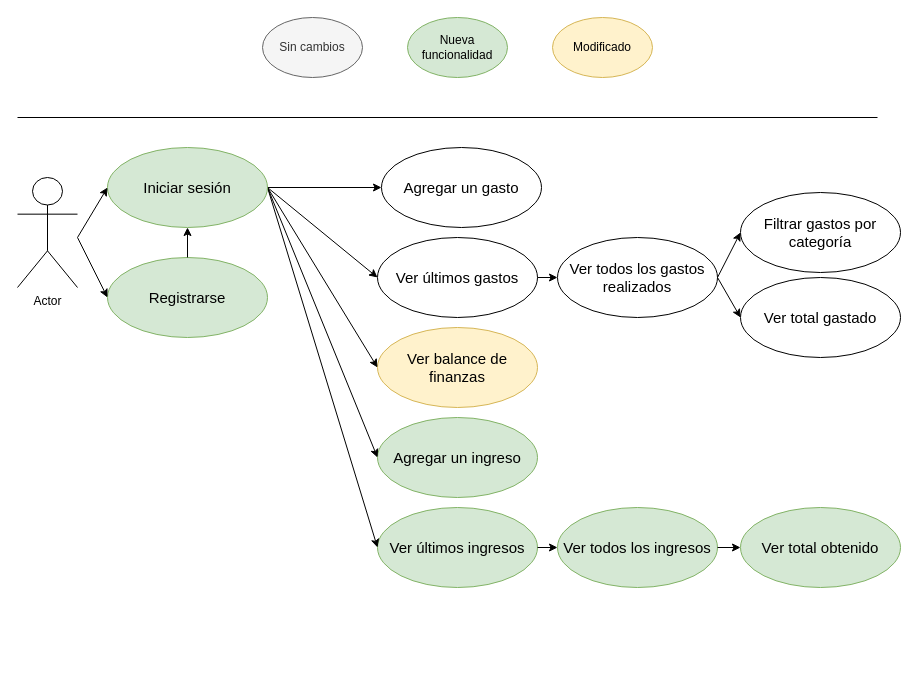
This is images/casosdeuso.drawio from Gastapp/gastapp_doc, a draw.io file, before an edit. Source tidied: cells renumbered, new cells numbered last; positions are measured from the earlier drawing's top-left corner, leaving out a move shared by most shapes. Both pictures are drawn from the tidied source at 100%, with x=0, y=0 at pixel (17, 17).
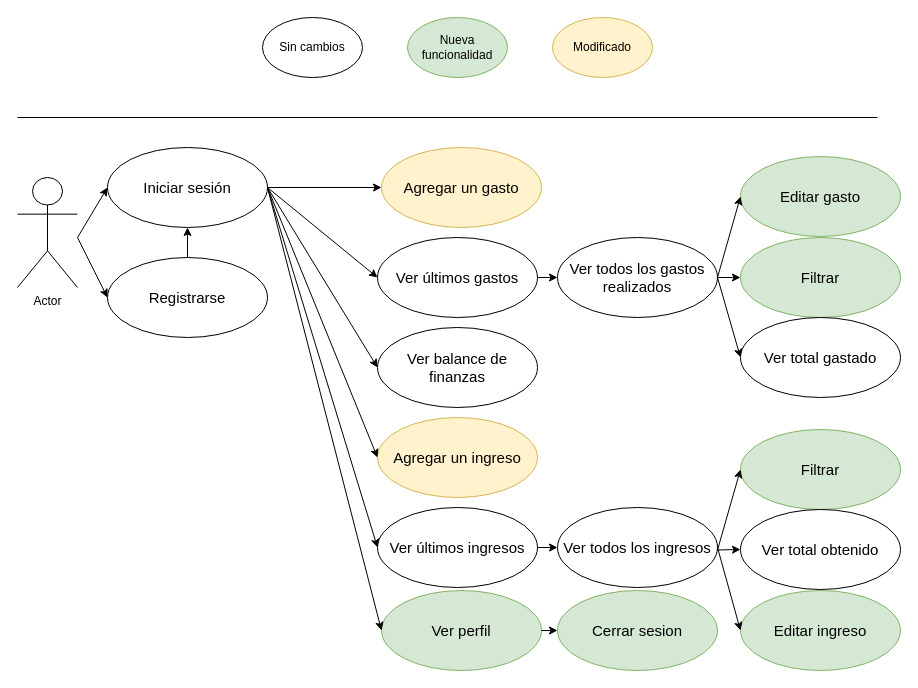
After the change.

Commit message (it also covers changes not shown here):
agrego casos de uso para la tercer entrega

Change to the diagram source:
```diff
@@
-    <mxCell id="3" value="&lt;font style=&quot;font-size: 15px&quot;&gt;Filtrar gastos por categoría&lt;/font&gt;" style="ellipse;whiteSpace=wrap;html=1;" parent="1" vertex="1">
-      <mxGeometry x="723" y="175" width="160" height="80" as="geometry" />
+    <mxCell id="3" value="&lt;font style=&quot;font-size: 15px&quot;&gt;Filtrar&lt;/font&gt;" style="ellipse;whiteSpace=wrap;html=1;fillColor=#d5e8d4;strokeColor=#82b366;" parent="1" vertex="1">
+      <mxGeometry x="723" y="220" width="160" height="80" as="geometry" />
     </mxCell>
@@
     <mxCell id="5" value="&lt;font style=&quot;font-size: 15px&quot;&gt;Ver total gastado&lt;/font&gt;" style="ellipse;whiteSpace=wrap;html=1;" parent="1" vertex="1">
-      <mxGeometry x="723" y="260" width="160" height="80" as="geometry" />
+      <mxGeometry x="723" y="300" width="160" height="80" as="geometry" />
     </mxCell>
-    <mxCell id="6" value="Sin cambios" style="ellipse;whiteSpace=wrap;html=1;fillColor=#f5f5f5;strokeColor=#666666;fontColor=#333333;" parent="1" vertex="1">
+    <mxCell id="6" value="Sin cambios" style="ellipse;whiteSpace=wrap;html=1;" parent="1" vertex="1">
       <mxGeometry x="245" width="100" height="60" as="geometry" />
     </mxCell>
@@
-    <mxCell id="11" value="&lt;font style=&quot;font-size: 15px&quot;&gt;Agregar un gasto&lt;/font&gt;" style="ellipse;whiteSpace=wrap;html=1;" parent="1" vertex="1">
+    <mxCell id="11" value="&lt;font style=&quot;font-size: 15px&quot;&gt;Agregar un gasto&lt;/font&gt;" style="ellipse;whiteSpace=wrap;html=1;fillColor=#fff2cc;strokeColor=#d6b656;" parent="1" vertex="1">
       <mxGeometry x="364" y="130" width="160" height="80" as="geometry" />
     </mxCell>
@@
-    <mxCell id="13" value="&lt;font style=&quot;font-size: 15px&quot;&gt;Agregar un ingreso&lt;/font&gt;" style="ellipse;whiteSpace=wrap;html=1;fillColor=#d5e8d4;strokeColor=#82b366;" parent="1" vertex="1">
+    <mxCell id="13" value="&lt;font style=&quot;font-size: 15px&quot;&gt;Agregar un ingreso&lt;/font&gt;" style="ellipse;whiteSpace=wrap;html=1;fillColor=#fff2cc;strokeColor=#d6b656;" parent="1" vertex="1">
       <mxGeometry x="360" y="400" width="160" height="80" as="geometry" />
     </mxCell>
@@
-    <mxCell id="19" value="&lt;font style=&quot;font-size: 15px&quot;&gt;Ver balance de finanzas&lt;/font&gt;" style="ellipse;whiteSpace=wrap;html=1;fillColor=#fff2cc;strokeColor=#d6b656;" parent="1" vertex="1">
+    <mxCell id="19" value="&lt;font style=&quot;font-size: 15px&quot;&gt;Ver balance de finanzas&lt;/font&gt;" style="ellipse;whiteSpace=wrap;html=1;" parent="1" vertex="1">
       <mxGeometry x="360" y="310" width="160" height="80" as="geometry" />
     </mxCell>
-    <mxCell id="20" value="&lt;font style=&quot;font-size: 15px&quot;&gt;Ver últimos ingresos&lt;/font&gt;" style="ellipse;whiteSpace=wrap;html=1;fillColor=#d5e8d4;strokeColor=#82b366;" parent="1" vertex="1">
+    <mxCell id="20" value="&lt;font style=&quot;font-size: 15px&quot;&gt;Ver últimos ingresos&lt;/font&gt;" style="ellipse;whiteSpace=wrap;html=1;" parent="1" vertex="1">
       <mxGeometry x="360" y="490" width="160" height="80" as="geometry" />
     </mxCell>
@@
-    <mxCell id="23" value="&lt;p&gt;&lt;font style=&quot;font-size: 15px&quot;&gt;Ver todos los ingresos&lt;/font&gt;&lt;/p&gt;" style="ellipse;whiteSpace=wrap;html=1;fillColor=#d5e8d4;strokeColor=#82b366;" parent="1" vertex="1">
+    <mxCell id="23" value="&lt;p&gt;&lt;font style=&quot;font-size: 15px&quot;&gt;Ver todos los ingresos&lt;/font&gt;&lt;/p&gt;" style="ellipse;whiteSpace=wrap;html=1;" parent="1" vertex="1">
       <mxGeometry x="540" y="490" width="160" height="80" as="geometry" />
     </mxCell>
-    <mxCell id="24" value="&lt;font style=&quot;font-size: 15px&quot;&gt;Ver total obtenido&lt;/font&gt;" style="ellipse;whiteSpace=wrap;html=1;fillColor=#d5e8d4;strokeColor=#82b366;" parent="1" vertex="1">
-      <mxGeometry x="723" y="490" width="160" height="80" as="geometry" />
-    </mxCell>
-    <mxCell id="25" style="endArrow=classic;html=1;entryX=0;entryY=0.5;entryDx=0;entryDy=0;exitX=1;exitY=0.5;exitDx=0;exitDy=0;" parent="1" edge="1" source="23" target="24">
-      <mxGeometry relative="1" as="geometry" />
-    </mxCell>
@@
-    <mxCell id="27" value="&lt;font style=&quot;font-size: 15px&quot;&gt;Registrarse&lt;/font&gt;" style="ellipse;whiteSpace=wrap;html=1;fillColor=#d5e8d4;strokeColor=#82b366;" parent="1" vertex="1">
+    <mxCell id="27" value="&lt;font style=&quot;font-size: 15px&quot;&gt;Registrarse&lt;/font&gt;" style="ellipse;whiteSpace=wrap;html=1;" parent="1" vertex="1">
       <mxGeometry x="90" y="240" width="160" height="80" as="geometry" />
     </mxCell>
-    <mxCell id="28" value="&lt;font style=&quot;font-size: 15px&quot;&gt;Iniciar sesión&lt;/font&gt;" style="ellipse;whiteSpace=wrap;html=1;fillColor=#d5e8d4;strokeColor=#82b366;" parent="1" vertex="1">
+    <mxCell id="28" value="&lt;font style=&quot;font-size: 15px&quot;&gt;Iniciar sesión&lt;/font&gt;" style="ellipse;whiteSpace=wrap;html=1;" parent="1" vertex="1">
       <mxGeometry x="90" y="130" width="160" height="80" as="geometry" />
     </mxCell>
@@
+    <mxCell id="32" value="&lt;font style=&quot;font-size: 15px&quot;&gt;Filtrar&lt;/font&gt;" style="ellipse;whiteSpace=wrap;html=1;fillColor=#d5e8d4;strokeColor=#82b366;" parent="1" vertex="1">
+      <mxGeometry x="723" y="412" width="160" height="80" as="geometry" />
+    </mxCell>
+    <mxCell id="24" value="&lt;font style=&quot;font-size: 15px&quot;&gt;Ver total obtenido&lt;/font&gt;" style="ellipse;whiteSpace=wrap;html=1;" parent="1" vertex="1">
+      <mxGeometry x="723" y="492" width="160" height="80" as="geometry" />
+    </mxCell>
+    <mxCell id="33" style="endArrow=classic;html=1;entryX=0;entryY=0.5;entryDx=0;entryDy=0;exitX=1;exitY=0.5;exitDx=0;exitDy=0;" parent="1" edge="1" target="24">
+      <mxGeometry relative="1" as="geometry">
+        <mxPoint x="700" y="532.5" as="sourcePoint" />
+      </mxGeometry>
+    </mxCell>
+    <mxCell id="34" style="endArrow=classic;html=1;entryX=0;entryY=0.5;entryDx=0;entryDy=0;exitX=1;exitY=0.5;exitDx=0;exitDy=0;" parent="1" edge="1" target="32">
+      <mxGeometry relative="1" as="geometry">
+        <mxPoint x="700" y="532.5" as="sourcePoint" />
+      </mxGeometry>
+    </mxCell>
+    <mxCell id="35" value="&lt;font style=&quot;font-size: 15px&quot;&gt;Editar gasto&lt;/font&gt;" style="ellipse;whiteSpace=wrap;html=1;fillColor=#d5e8d4;strokeColor=#82b366;" parent="1" vertex="1">
+      <mxGeometry x="723" y="139" width="160" height="80" as="geometry" />
+    </mxCell>
+    <mxCell id="36" value="&lt;font style=&quot;font-size: 15px&quot;&gt;Editar ingreso&lt;/font&gt;" style="ellipse;whiteSpace=wrap;html=1;fillColor=#d5e8d4;strokeColor=#82b366;" parent="1" vertex="1">
+      <mxGeometry x="723" y="573" width="160" height="80" as="geometry" />
+    </mxCell>
+    <mxCell id="37" style="endArrow=classic;html=1;entryX=0;entryY=0.5;entryDx=0;entryDy=0;" parent="1" edge="1" target="35">
+      <mxGeometry relative="1" as="geometry">
+        <mxPoint x="700" y="260" as="sourcePoint" />
+      </mxGeometry>
+    </mxCell>
+    <mxCell id="38" style="endArrow=classic;html=1;exitX=1;exitY=0.5;exitDx=0;exitDy=0;entryX=0;entryY=0.5;entryDx=0;entryDy=0;" parent="1" edge="1" source="23" target="36">
+      <mxGeometry relative="1" as="geometry" />
+    </mxCell>
+    <mxCell id="39" value="&lt;font style=&quot;font-size: 15px&quot;&gt;Ver perfil&lt;/font&gt;" style="ellipse;whiteSpace=wrap;html=1;fillColor=#d5e8d4;strokeColor=#82b366;" parent="1" vertex="1">
+      <mxGeometry x="364" y="573" width="160" height="80" as="geometry" />
+    </mxCell>
+    <mxCell id="40" style="endArrow=classic;html=1;entryX=0;entryY=0.5;entryDx=0;entryDy=0;exitX=1;exitY=0.5;exitDx=0;exitDy=0;" parent="1" edge="1" source="28" target="39">
+      <mxGeometry relative="1" as="geometry" />
+    </mxCell>
+    <mxCell id="41" value="&lt;p&gt;&lt;font style=&quot;font-size: 15px&quot;&gt;Cerrar sesion&lt;/font&gt;&lt;/p&gt;" style="ellipse;whiteSpace=wrap;html=1;fillColor=#d5e8d4;strokeColor=#82b366;" parent="1" vertex="1">
+      <mxGeometry x="540" y="573" width="160" height="80" as="geometry" />
+    </mxCell>
+    <mxCell id="42" style="endArrow=classic;html=1;exitX=1;exitY=0.5;exitDx=0;exitDy=0;entryX=0;entryY=0.5;entryDx=0;entryDy=0;" parent="1" edge="1" source="39" target="41">
+      <mxGeometry relative="1" as="geometry" />
+    </mxCell>
```
